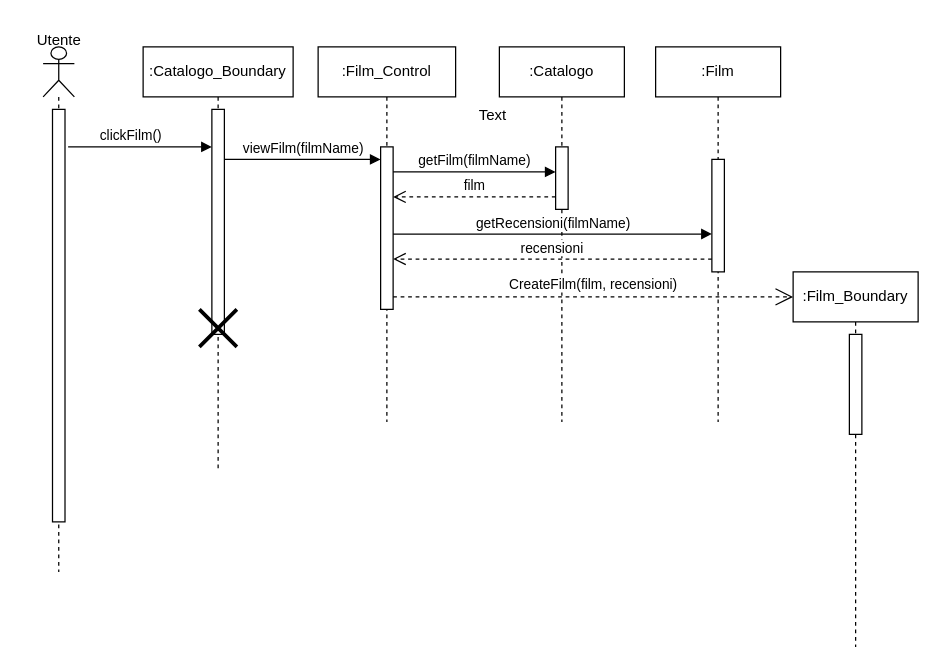
superfra01/Rated keeps this draw.io diagram as New Diagrams/Sequence Diagrams/UC04 Visualizzazione Dettagli Film.drawio. Above is the earlier version. Source tidied: cells renumbered, new cells numbered last; positions are measured from the earlier drawing's top-left corner, leaving out a move shared by most shapes. Both pictures are drawn from the tidied source at 125%, with x=0, y=0 at pixel (20, 21).
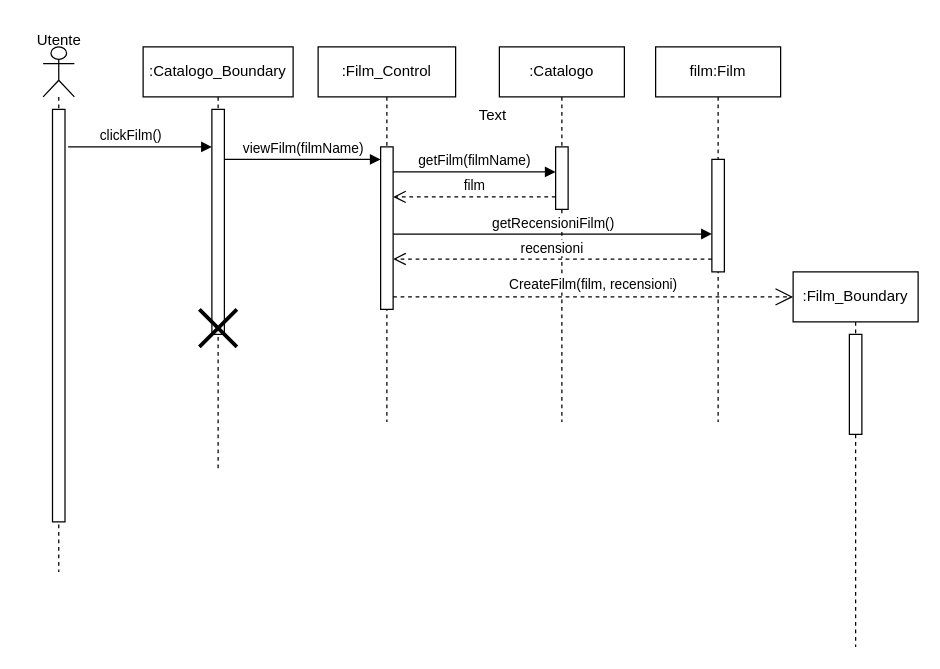
The same page after the edit.

The change refers to these unchanged cells:
```xml
<mxCell id="5" style="html=1;points=[[0,0,0,0,5],[0,1,0,0,-5],[1,0,0,0,5],[1,1,0,0,-5]];perimeter=orthogonalPerimeter;outlineConnect=0;targetShapes=umlLifeline;portConstraint=eastwest;newEdgeStyle={&quot;curved&quot;:0,&quot;rounded&quot;:0};" parent="4" vertex="1">
  <mxGeometry x="45" y="90" width="10" height="90" as="geometry" />
</mxCell>
```

What changed in the source:
```diff
@@
-    <mxCell id="4" value=":Film" style="shape=umlLifeline;perimeter=lifelinePerimeter;whiteSpace=wrap;html=1;newEdgeStyle={&quot;curved&quot;:0,&quot;rounded&quot;:0};" parent="1" vertex="1">
+    <mxCell id="4" value="film:Film" style="shape=umlLifeline;perimeter=lifelinePerimeter;whiteSpace=wrap;html=1;newEdgeStyle={&quot;curved&quot;:0,&quot;rounded&quot;:0};" parent="1" vertex="1">
       <mxGeometry x="508" y="20" width="100" height="300" as="geometry" />
     </mxCell>
@@
-    <mxCell id="17" value="getRecensioni(filmName)" style="html=1;verticalAlign=bottom;endArrow=block;curved=0;rounded=0;" parent="1" edge="1" target="5">
+    <mxCell id="17" value="getRecensioniFilm()" style="html=1;verticalAlign=bottom;endArrow=block;curved=0;rounded=0;" parent="1" edge="1" target="5">
       <mxGeometry relative="1" as="geometry">
         <mxPoint x="298" y="169.7" as="sourcePoint" />
       </mxGeometry>
     </mxCell>
```
